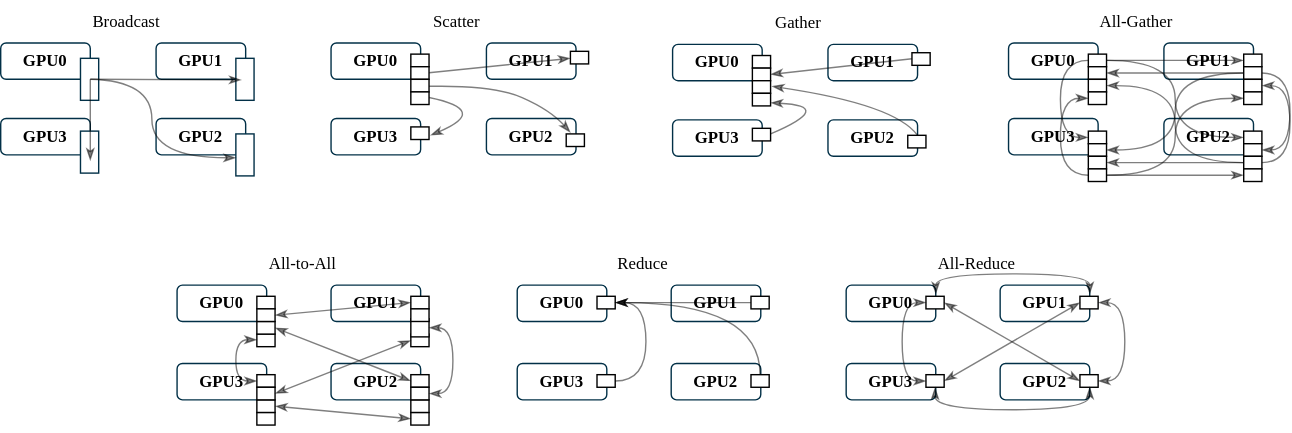
The draw.io diagram img/ch-mpi-large-model/gpu-communication.svg in godaai/scale-py-zh, before a commit. Source tidied: cells renumbered, new cells last; positions are measured from the earlier drawing's top-left corner, leaving out a move shared by most shapes.
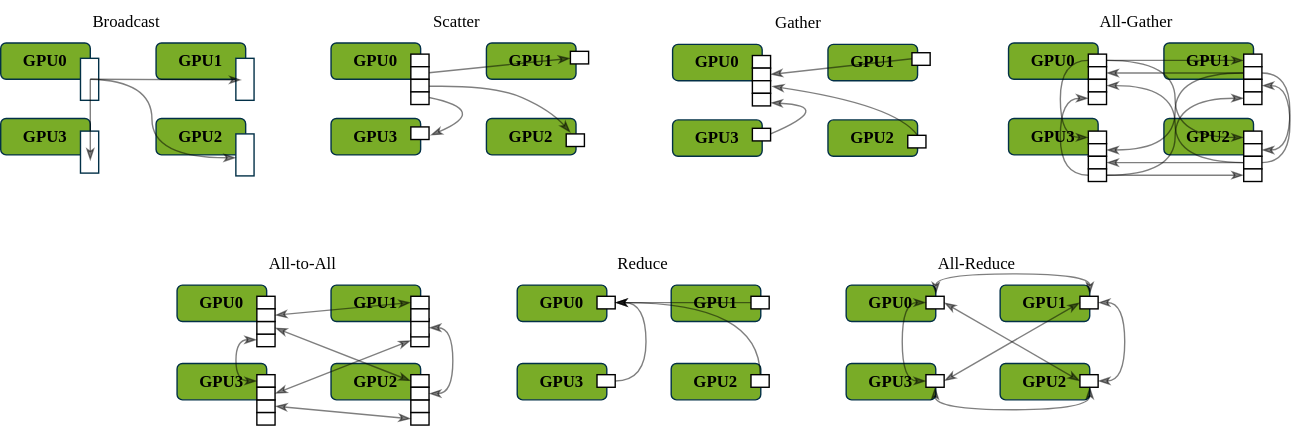
After the commit.

The edit, as a diff of the source:
```diff
@@ -2,16 +2,16 @@
   <root>
     <mxCell id="0" />
     <mxCell id="1" parent="0" />
-    <mxCell id="2" value="&lt;b&gt;&lt;font face=&quot;Verdana&quot;&gt;GPU0&lt;/font&gt;&lt;/b&gt;" style="rounded=1;whiteSpace=wrap;html=1;fillColor=#FFFFFF;strokeColor=#023047;fontColor=#000000;" parent="1" vertex="1">
+    <mxCell id="2" value="&lt;b&gt;&lt;font face=&quot;Verdana&quot;&gt;GPU0&lt;/font&gt;&lt;/b&gt;" style="rounded=1;whiteSpace=wrap;html=1;fillColor=#79AC27;strokeColor=#023047;fontColor=#000000;" parent="1" vertex="1">
       <mxGeometry y="30" width="64" height="26" as="geometry" />
     </mxCell>
-    <mxCell id="3" value="&lt;b&gt;&lt;font face=&quot;Verdana&quot;&gt;GPU1&lt;/font&gt;&lt;/b&gt;" style="rounded=1;whiteSpace=wrap;html=1;fillColor=#FFFFFF;strokeColor=#023047;fontColor=#000000;" parent="1" vertex="1">
+    <mxCell id="3" value="&lt;b&gt;&lt;font face=&quot;Verdana&quot;&gt;GPU1&lt;/font&gt;&lt;/b&gt;" style="rounded=1;whiteSpace=wrap;html=1;fillColor=#79AC27;strokeColor=#023047;fontColor=#000000;" parent="1" vertex="1">
       <mxGeometry x="111" y="30" width="64" height="26" as="geometry" />
     </mxCell>
-    <mxCell id="4" value="&lt;b&gt;&lt;font face=&quot;Verdana&quot;&gt;GPU2&lt;/font&gt;&lt;/b&gt;" style="rounded=1;whiteSpace=wrap;html=1;fillColor=#FFFFFF;strokeColor=#023047;fontColor=#000000;" parent="1" vertex="1">
+    <mxCell id="4" value="&lt;b&gt;&lt;font face=&quot;Verdana&quot;&gt;GPU2&lt;/font&gt;&lt;/b&gt;" style="rounded=1;whiteSpace=wrap;html=1;fillColor=#79AC27;strokeColor=#023047;fontColor=#000000;" parent="1" vertex="1">
       <mxGeometry x="111" y="84" width="64" height="26" as="geometry" />
     </mxCell>
-    <mxCell id="5" value="&lt;b&gt;&lt;font face=&quot;Verdana&quot;&gt;GPU3&lt;/font&gt;&lt;/b&gt;" style="rounded=1;whiteSpace=wrap;html=1;fillColor=#FFFFFF;strokeColor=#023047;fontColor=#000000;" parent="1" vertex="1">
+    <mxCell id="5" value="&lt;b&gt;&lt;font face=&quot;Verdana&quot;&gt;GPU3&lt;/font&gt;&lt;/b&gt;" style="rounded=1;whiteSpace=wrap;html=1;fillColor=#79AC27;strokeColor=#023047;fontColor=#000000;" parent="1" vertex="1">
       <mxGeometry y="84" width="64" height="26" as="geometry" />
     </mxCell>
     <mxCell id="6" style="rounded=0;whiteSpace=wrap;html=1;fillColor=#FFFFFF;strokeColor=#023047;fontColor=#000000;" parent="1" vertex="1">
@@ -52,16 +52,16 @@
     <mxCell id="13" value="&lt;font face=&quot;Verdana&quot;&gt;Broadcast&lt;/font&gt;" style="text;html=1;align=center;verticalAlign=middle;whiteSpace=wrap;rounded=0;fontColor=#000000;" parent="1" vertex="1">
       <mxGeometry x="60" width="60" height="30" as="geometry" />
     </mxCell>
-    <mxCell id="14" value="&lt;b&gt;&lt;font face=&quot;Verdana&quot;&gt;GPU0&lt;/font&gt;&lt;/b&gt;" style="rounded=1;whiteSpace=wrap;html=1;fillColor=#FFFFFF;strokeColor=#023047;fontColor=#000000;" parent="1" vertex="1">
+    <mxCell id="14" value="&lt;b&gt;&lt;font face=&quot;Verdana&quot;&gt;GPU0&lt;/font&gt;&lt;/b&gt;" style="rounded=1;whiteSpace=wrap;html=1;fillColor=#79AC27;strokeColor=#023047;fontColor=#000000;" parent="1" vertex="1">
       <mxGeometry x="236" y="30" width="64" height="26" as="geometry" />
     </mxCell>
-    <mxCell id="15" value="&lt;b&gt;&lt;font face=&quot;Verdana&quot;&gt;GPU1&lt;/font&gt;&lt;/b&gt;" style="rounded=1;whiteSpace=wrap;html=1;fillColor=#FFFFFF;strokeColor=#023047;fontColor=#000000;" parent="1" vertex="1">
+    <mxCell id="15" value="&lt;b&gt;&lt;font face=&quot;Verdana&quot;&gt;GPU1&lt;/font&gt;&lt;/b&gt;" style="rounded=1;whiteSpace=wrap;html=1;fillColor=#79AC27;strokeColor=#023047;fontColor=#000000;" parent="1" vertex="1">
       <mxGeometry x="347" y="30" width="64" height="26" as="geometry" />
     </mxCell>
-    <mxCell id="16" value="&lt;b&gt;&lt;font face=&quot;Verdana&quot;&gt;GPU2&lt;/font&gt;&lt;/b&gt;" style="rounded=1;whiteSpace=wrap;html=1;fillColor=#FFFFFF;strokeColor=#023047;fontColor=#000000;" parent="1" vertex="1">
+    <mxCell id="16" value="&lt;b&gt;&lt;font face=&quot;Verdana&quot;&gt;GPU2&lt;/font&gt;&lt;/b&gt;" style="rounded=1;whiteSpace=wrap;html=1;fillColor=#79AC27;strokeColor=#023047;fontColor=#000000;" parent="1" vertex="1">
       <mxGeometry x="347" y="84" width="64" height="26" as="geometry" />
     </mxCell>
-    <mxCell id="17" value="&lt;b&gt;&lt;font face=&quot;Verdana&quot;&gt;GPU3&lt;/font&gt;&lt;/b&gt;" style="rounded=1;whiteSpace=wrap;html=1;fillColor=#FFFFFF;strokeColor=#023047;fontColor=#000000;" parent="1" vertex="1">
+    <mxCell id="17" value="&lt;b&gt;&lt;font face=&quot;Verdana&quot;&gt;GPU3&lt;/font&gt;&lt;/b&gt;" style="rounded=1;whiteSpace=wrap;html=1;fillColor=#79AC27;strokeColor=#023047;fontColor=#000000;" parent="1" vertex="1">
       <mxGeometry x="236" y="84" width="64" height="26" as="geometry" />
     </mxCell>
     <mxCell id="18" style="endArrow=classicThin;html=1;rounded=0;strokeColor=#000000;strokeWidth=1;fontColor=#000000;opacity=50;endFill=1;" parent="1" edge="1">
@@ -114,16 +114,16 @@
     <mxCell id="28" style="rounded=0;whiteSpace=wrap;html=1;fillColor=#FFFFFF;strokeColor=#000000;fontColor=#000000;" parent="1" vertex="1">
       <mxGeometry x="293" y="90" width="13" height="9" as="geometry" />
     </mxCell>
-    <mxCell id="29" value="&lt;b&gt;&lt;font face=&quot;Verdana&quot;&gt;GPU0&lt;/font&gt;&lt;/b&gt;" style="rounded=1;whiteSpace=wrap;html=1;fillColor=#FFFFFF;strokeColor=#023047;fontColor=#000000;" parent="1" vertex="1">
+    <mxCell id="29" value="&lt;b&gt;&lt;font face=&quot;Verdana&quot;&gt;GPU0&lt;/font&gt;&lt;/b&gt;" style="rounded=1;whiteSpace=wrap;html=1;fillColor=#79AC27;strokeColor=#023047;fontColor=#000000;" parent="1" vertex="1">
       <mxGeometry x="480" y="31" width="64" height="26" as="geometry" />
     </mxCell>
-    <mxCell id="30" value="&lt;b&gt;&lt;font face=&quot;Verdana&quot;&gt;GPU1&lt;/font&gt;&lt;/b&gt;" style="rounded=1;whiteSpace=wrap;html=1;fillColor=#FFFFFF;strokeColor=#023047;fontColor=#000000;" parent="1" vertex="1">
+    <mxCell id="30" value="&lt;b&gt;&lt;font face=&quot;Verdana&quot;&gt;GPU1&lt;/font&gt;&lt;/b&gt;" style="rounded=1;whiteSpace=wrap;html=1;fillColor=#79AC27;strokeColor=#023047;fontColor=#000000;" parent="1" vertex="1">
       <mxGeometry x="591" y="31" width="64" height="26" as="geometry" />
     </mxCell>
-    <mxCell id="31" value="&lt;b&gt;&lt;font face=&quot;Verdana&quot;&gt;GPU2&lt;/font&gt;&lt;/b&gt;" style="rounded=1;whiteSpace=wrap;html=1;fillColor=#FFFFFF;strokeColor=#023047;fontColor=#000000;" parent="1" vertex="1">
+    <mxCell id="31" value="&lt;b&gt;&lt;font face=&quot;Verdana&quot;&gt;GPU2&lt;/font&gt;&lt;/b&gt;" style="rounded=1;whiteSpace=wrap;html=1;fillColor=#79AC27;strokeColor=#023047;fontColor=#000000;" parent="1" vertex="1">
       <mxGeometry x="591" y="85" width="64" height="26" as="geometry" />
     </mxCell>
-    <mxCell id="32" value="&lt;b&gt;&lt;font face=&quot;Verdana&quot;&gt;GPU3&lt;/font&gt;&lt;/b&gt;" style="rounded=1;whiteSpace=wrap;html=1;fillColor=#FFFFFF;strokeColor=#023047;fontColor=#000000;" parent="1" vertex="1">
+    <mxCell id="32" value="&lt;b&gt;&lt;font face=&quot;Verdana&quot;&gt;GPU3&lt;/font&gt;&lt;/b&gt;" style="rounded=1;whiteSpace=wrap;html=1;fillColor=#79AC27;strokeColor=#023047;fontColor=#000000;" parent="1" vertex="1">
       <mxGeometry x="480" y="85" width="64" height="26" as="geometry" />
     </mxCell>
     <mxCell id="33" style="endArrow=classicThin;html=1;rounded=0;strokeColor=#000000;strokeWidth=1;entryX=1;entryY=0.5;entryDx=0;entryDy=0;fontColor=#000000;opacity=50;endFill=1;" parent="1" edge="1" target="38">
@@ -173,16 +173,16 @@
     <mxCell id="43" style="rounded=0;whiteSpace=wrap;html=1;fillColor=#FFFFFF;strokeColor=#000000;fontColor=#000000;" parent="1" vertex="1">
       <mxGeometry x="537" y="91" width="13" height="9" as="geometry" />
     </mxCell>
-    <mxCell id="44" value="&lt;b&gt;&lt;font face=&quot;Verdana&quot;&gt;GPU0&lt;/font&gt;&lt;/b&gt;" style="rounded=1;whiteSpace=wrap;html=1;fillColor=#FFFFFF;strokeColor=#023047;fontColor=#000000;" parent="1" vertex="1">
+    <mxCell id="44" value="&lt;b&gt;&lt;font face=&quot;Verdana&quot;&gt;GPU0&lt;/font&gt;&lt;/b&gt;" style="rounded=1;whiteSpace=wrap;html=1;fillColor=#79AC27;strokeColor=#023047;fontColor=#000000;" parent="1" vertex="1">
       <mxGeometry x="720" y="30" width="64" height="26" as="geometry" />
     </mxCell>
-    <mxCell id="45" value="&lt;b&gt;&lt;font face=&quot;Verdana&quot;&gt;GPU1&lt;/font&gt;&lt;/b&gt;" style="rounded=1;whiteSpace=wrap;html=1;fillColor=#FFFFFF;strokeColor=#023047;fontColor=#000000;" parent="1" vertex="1">
+    <mxCell id="45" value="&lt;b&gt;&lt;font face=&quot;Verdana&quot;&gt;GPU1&lt;/font&gt;&lt;/b&gt;" style="rounded=1;whiteSpace=wrap;html=1;fillColor=#79AC27;strokeColor=#023047;fontColor=#000000;" parent="1" vertex="1">
       <mxGeometry x="831" y="30" width="64" height="26" as="geometry" />
     </mxCell>
-    <mxCell id="46" value="&lt;b&gt;&lt;font face=&quot;Verdana&quot;&gt;GPU2&lt;/font&gt;&lt;/b&gt;" style="rounded=1;whiteSpace=wrap;html=1;fillColor=#FFFFFF;strokeColor=#023047;fontColor=#000000;" parent="1" vertex="1">
+    <mxCell id="46" value="&lt;b&gt;&lt;font face=&quot;Verdana&quot;&gt;GPU2&lt;/font&gt;&lt;/b&gt;" style="rounded=1;whiteSpace=wrap;html=1;fillColor=#79AC27;strokeColor=#023047;fontColor=#000000;" parent="1" vertex="1">
       <mxGeometry x="831" y="84" width="64" height="26" as="geometry" />
     </mxCell>
-    <mxCell id="47" value="&lt;b&gt;&lt;font face=&quot;Verdana&quot;&gt;GPU3&lt;/font&gt;&lt;/b&gt;" style="rounded=1;whiteSpace=wrap;html=1;fillColor=#FFFFFF;strokeColor=#023047;fontColor=#000000;" parent="1" vertex="1">
+    <mxCell id="47" value="&lt;b&gt;&lt;font face=&quot;Verdana&quot;&gt;GPU3&lt;/font&gt;&lt;/b&gt;" style="rounded=1;whiteSpace=wrap;html=1;fillColor=#79AC27;strokeColor=#023047;fontColor=#000000;" parent="1" vertex="1">
       <mxGeometry x="720" y="84" width="64" height="26" as="geometry" />
     </mxCell>
     <mxCell id="48" style="endArrow=classicThin;html=1;rounded=0;strokeColor=#000000;strokeWidth=1;entryX=1;entryY=0.5;entryDx=0;entryDy=0;exitX=0;exitY=0.5;exitDx=0;exitDy=0;edgeStyle=orthogonalEdgeStyle;curved=1;fontColor=#000000;opacity=50;endFill=1;" parent="1" edge="1" source="57" target="121">
@@ -224,7 +224,7 @@
     <mxCell id="60" style="endArrow=classicThin;html=1;rounded=0;strokeColor=#000000;strokeWidth=1;entryX=0;entryY=0.5;entryDx=0;entryDy=0;exitX=1;exitY=0.5;exitDx=0;exitDy=0;edgeStyle=orthogonalEdgeStyle;curved=1;fontColor=#000000;opacity=50;endFill=1;" parent="1" edge="1" source="51" target="115">
       <mxGeometry relative="1" as="geometry" />
     </mxCell>
-    <mxCell id="61" value="&lt;b&gt;&lt;font face=&quot;Verdana&quot;&gt;GPU0&lt;/font&gt;&lt;/b&gt;" style="rounded=1;whiteSpace=wrap;html=1;fillColor=#FFFFFF;strokeColor=#023047;fontColor=#000000;" parent="1" vertex="1">
+    <mxCell id="61" value="&lt;b&gt;&lt;font face=&quot;Verdana&quot;&gt;GPU0&lt;/font&gt;&lt;/b&gt;" style="rounded=1;whiteSpace=wrap;html=1;fillColor=#79AC27;strokeColor=#023047;fontColor=#000000;" parent="1" vertex="1">
       <mxGeometry x="126" y="203" width="64" height="26" as="geometry" />
     </mxCell>
     <mxCell id="62" value="&lt;font face=&quot;Verdana&quot;&gt;All-to-All&lt;/font&gt;" style="text;html=1;align=center;verticalAlign=middle;whiteSpace=wrap;rounded=0;fontColor=#000000;" parent="1" vertex="1">
@@ -242,7 +242,7 @@
     <mxCell id="66" style="rounded=0;whiteSpace=wrap;html=1;fillColor=#FFFFFF;strokeColor=#000000;fontColor=#000000;" parent="1" vertex="1">
       <mxGeometry x="183" y="220" width="13" height="9" as="geometry" />
     </mxCell>
-    <mxCell id="67" value="&lt;b&gt;&lt;font face=&quot;Verdana&quot;&gt;GPU1&lt;/font&gt;&lt;/b&gt;" style="rounded=1;whiteSpace=wrap;html=1;fillColor=#FFFFFF;strokeColor=#023047;fontColor=#000000;" parent="1" vertex="1">
+    <mxCell id="67" value="&lt;b&gt;&lt;font face=&quot;Verdana&quot;&gt;GPU1&lt;/font&gt;&lt;/b&gt;" style="rounded=1;whiteSpace=wrap;html=1;fillColor=#79AC27;strokeColor=#023047;fontColor=#000000;" parent="1" vertex="1">
       <mxGeometry x="236" y="203" width="64" height="26" as="geometry" />
     </mxCell>
     <mxCell id="68" style="rounded=0;whiteSpace=wrap;html=1;fillColor=#FFFFFF;strokeColor=#000000;fontColor=#000000;" parent="1" vertex="1">
@@ -257,7 +257,7 @@
     <mxCell id="71" style="rounded=0;whiteSpace=wrap;html=1;fillColor=#FFFFFF;strokeColor=#000000;fontColor=#000000;" parent="1" vertex="1">
       <mxGeometry x="293" y="220" width="13" height="9" as="geometry" />
     </mxCell>
-    <mxCell id="72" value="&lt;b&gt;&lt;font face=&quot;Verdana&quot;&gt;GPU3&lt;/font&gt;&lt;/b&gt;" style="rounded=1;whiteSpace=wrap;html=1;fillColor=#FFFFFF;strokeColor=#023047;fontColor=#000000;" parent="1" vertex="1">
+    <mxCell id="72" value="&lt;b&gt;&lt;font face=&quot;Verdana&quot;&gt;GPU3&lt;/font&gt;&lt;/b&gt;" style="rounded=1;whiteSpace=wrap;html=1;fillColor=#79AC27;strokeColor=#023047;fontColor=#000000;" parent="1" vertex="1">
       <mxGeometry x="126" y="259" width="64" height="26" as="geometry" />
     </mxCell>
     <mxCell id="73" style="rounded=0;whiteSpace=wrap;html=1;fillColor=#FFFFFF;strokeColor=#000000;fontColor=#000000;" parent="1" vertex="1">
@@ -272,7 +272,7 @@
     <mxCell id="76" style="rounded=0;whiteSpace=wrap;html=1;fillColor=#FFFFFF;strokeColor=#000000;fontColor=#000000;" parent="1" vertex="1">
       <mxGeometry x="183" y="276" width="13" height="9" as="geometry" />
     </mxCell>
-    <mxCell id="77" value="&lt;b&gt;&lt;font face=&quot;Verdana&quot;&gt;GPU2&lt;/font&gt;&lt;/b&gt;" style="rounded=1;whiteSpace=wrap;html=1;fillColor=#FFFFFF;strokeColor=#023047;fontColor=#000000;" parent="1" vertex="1">
+    <mxCell id="77" value="&lt;b&gt;&lt;font face=&quot;Verdana&quot;&gt;GPU2&lt;/font&gt;&lt;/b&gt;" style="rounded=1;whiteSpace=wrap;html=1;fillColor=#79AC27;strokeColor=#023047;fontColor=#000000;" parent="1" vertex="1">
       <mxGeometry x="236" y="259" width="64" height="26" as="geometry" />
     </mxCell>
     <mxCell id="78" style="rounded=0;whiteSpace=wrap;html=1;fillColor=#FFFFFF;strokeColor=#000000;fontColor=#000000;" parent="1" vertex="1">
@@ -316,7 +316,7 @@
         </Array>
       </mxGeometry>
     </mxCell>
-    <mxCell id="88" value="&lt;b&gt;&lt;font face=&quot;Verdana&quot;&gt;GPU0&lt;/font&gt;&lt;/b&gt;" style="rounded=1;whiteSpace=wrap;html=1;fillColor=#FFFFFF;strokeColor=#023047;fontColor=#000000;" parent="1" vertex="1">
+    <mxCell id="88" value="&lt;b&gt;&lt;font face=&quot;Verdana&quot;&gt;GPU0&lt;/font&gt;&lt;/b&gt;" style="rounded=1;whiteSpace=wrap;html=1;fillColor=#79AC27;strokeColor=#023047;fontColor=#000000;" parent="1" vertex="1">
       <mxGeometry x="369" y="203" width="64" height="26" as="geometry" />
     </mxCell>
     <mxCell id="89" value="&lt;font face=&quot;Verdana&quot;&gt;Reduce&lt;/font&gt;" style="text;html=1;align=center;verticalAlign=middle;whiteSpace=wrap;rounded=0;fontColor=#000000;" parent="1" vertex="1">
@@ -325,19 +325,19 @@
     <mxCell id="90" style="rounded=0;whiteSpace=wrap;html=1;fillColor=#FFFFFF;strokeColor=#000000;fontColor=#000000;" parent="1" vertex="1">
       <mxGeometry x="426" y="211" width="13" height="9" as="geometry" />
     </mxCell>
-    <mxCell id="91" value="&lt;b&gt;&lt;font face=&quot;Verdana&quot;&gt;GPU1&lt;/font&gt;&lt;/b&gt;" style="rounded=1;whiteSpace=wrap;html=1;fillColor=#FFFFFF;strokeColor=#023047;fontColor=#000000;" parent="1" vertex="1">
+    <mxCell id="91" value="&lt;b&gt;&lt;font face=&quot;Verdana&quot;&gt;GPU1&lt;/font&gt;&lt;/b&gt;" style="rounded=1;whiteSpace=wrap;html=1;fillColor=#79AC27;strokeColor=#023047;fontColor=#000000;" parent="1" vertex="1">
       <mxGeometry x="479" y="203" width="64" height="26" as="geometry" />
     </mxCell>
     <mxCell id="92" style="rounded=0;whiteSpace=wrap;html=1;fillColor=#FFFFFF;strokeColor=#000000;fontColor=#000000;" parent="1" vertex="1">
       <mxGeometry x="536" y="211" width="13" height="9" as="geometry" />
     </mxCell>
-    <mxCell id="93" value="&lt;b&gt;&lt;font face=&quot;Verdana&quot;&gt;GPU3&lt;/font&gt;&lt;/b&gt;" style="rounded=1;whiteSpace=wrap;html=1;fillColor=#FFFFFF;strokeColor=#023047;fontColor=#000000;" parent="1" vertex="1">
+    <mxCell id="93" value="&lt;b&gt;&lt;font face=&quot;Verdana&quot;&gt;GPU3&lt;/font&gt;&lt;/b&gt;" style="rounded=1;whiteSpace=wrap;html=1;fillColor=#79AC27;strokeColor=#023047;fontColor=#000000;" parent="1" vertex="1">
       <mxGeometry x="369" y="259" width="64" height="26" as="geometry" />
     </mxCell>
     <mxCell id="94" style="rounded=0;whiteSpace=wrap;html=1;fillColor=#FFFFFF;strokeColor=#000000;fontColor=#000000;" parent="1" vertex="1">
       <mxGeometry x="426" y="267" width="13" height="9" as="geometry" />
     </mxCell>
-    <mxCell id="95" value="&lt;b&gt;&lt;font face=&quot;Verdana&quot;&gt;GPU2&lt;/font&gt;&lt;/b&gt;" style="rounded=1;whiteSpace=wrap;html=1;fillColor=#FFFFFF;strokeColor=#023047;fontColor=#000000;" parent="1" vertex="1">
+    <mxCell id="95" value="&lt;b&gt;&lt;font face=&quot;Verdana&quot;&gt;GPU2&lt;/font&gt;&lt;/b&gt;" style="rounded=1;whiteSpace=wrap;html=1;fillColor=#79AC27;strokeColor=#023047;fontColor=#000000;" parent="1" vertex="1">
       <mxGeometry x="479" y="259" width="64" height="26" as="geometry" />
     </mxCell>
     <mxCell id="96" style="rounded=0;whiteSpace=wrap;html=1;fillColor=#FFFFFF;strokeColor=#000000;fontColor=#000000;" parent="1" vertex="1">
@@ -354,7 +354,7 @@
     <mxCell id="98" style="endArrow=none;startArrow=classicThin;html=1;rounded=0;exitX=1;exitY=0.5;exitDx=0;exitDy=0;entryX=0;entryY=0.5;entryDx=0;entryDy=0;strokeColor=#000000;endFill=0;fontColor=#000000;opacity=50;startFill=1;" parent="1" edge="1" source="90" target="92">
       <mxGeometry relative="1" as="geometry" />
     </mxCell>
-    <mxCell id="99" value="&lt;b&gt;&lt;font face=&quot;Verdana&quot;&gt;GPU0&lt;/font&gt;&lt;/b&gt;" style="rounded=1;whiteSpace=wrap;html=1;fillColor=#FFFFFF;strokeColor=#023047;fontColor=#000000;" parent="1" vertex="1">
+    <mxCell id="99" value="&lt;b&gt;&lt;font face=&quot;Verdana&quot;&gt;GPU0&lt;/font&gt;&lt;/b&gt;" style="rounded=1;whiteSpace=wrap;html=1;fillColor=#79AC27;strokeColor=#023047;fontColor=#000000;" parent="1" vertex="1">
       <mxGeometry x="604" y="203" width="64" height="26" as="geometry" />
     </mxCell>
     <mxCell id="100" value="&lt;font face=&quot;Verdana&quot;&gt;All-Reduce&lt;/font&gt;" style="text;html=1;align=center;verticalAlign=middle;whiteSpace=wrap;rounded=0;fontColor=#000000;" parent="1" vertex="1">
@@ -363,19 +363,19 @@
     <mxCell id="101" style="rounded=0;whiteSpace=wrap;html=1;fillColor=#FFFFFF;strokeColor=#000000;fontColor=#000000;" parent="1" vertex="1">
       <mxGeometry x="661" y="211" width="13" height="9" as="geometry" />
     </mxCell>
-    <mxCell id="102" value="&lt;b&gt;&lt;font face=&quot;Verdana&quot;&gt;GPU1&lt;/font&gt;&lt;/b&gt;" style="rounded=1;whiteSpace=wrap;html=1;fillColor=#FFFFFF;strokeColor=#023047;fontColor=#000000;" parent="1" vertex="1">
+    <mxCell id="102" value="&lt;b&gt;&lt;font face=&quot;Verdana&quot;&gt;GPU1&lt;/font&gt;&lt;/b&gt;" style="rounded=1;whiteSpace=wrap;html=1;fillColor=#79AC27;strokeColor=#023047;fontColor=#000000;" parent="1" vertex="1">
       <mxGeometry x="714" y="203" width="64" height="26" as="geometry" />
     </mxCell>
     <mxCell id="103" style="rounded=0;whiteSpace=wrap;html=1;fillColor=#FFFFFF;strokeColor=#000000;fontColor=#000000;" parent="1" vertex="1">
       <mxGeometry x="771" y="211" width="13" height="9" as="geometry" />
     </mxCell>
-    <mxCell id="104" value="&lt;b&gt;&lt;font face=&quot;Verdana&quot;&gt;GPU3&lt;/font&gt;&lt;/b&gt;" style="rounded=1;whiteSpace=wrap;html=1;fillColor=#FFFFFF;strokeColor=#023047;fontColor=#000000;" parent="1" vertex="1">
+    <mxCell id="104" value="&lt;b&gt;&lt;font face=&quot;Verdana&quot;&gt;GPU3&lt;/font&gt;&lt;/b&gt;" style="rounded=1;whiteSpace=wrap;html=1;fillColor=#79AC27;strokeColor=#023047;fontColor=#000000;" parent="1" vertex="1">
       <mxGeometry x="604" y="259" width="64" height="26" as="geometry" />
     </mxCell>
     <mxCell id="105" style="rounded=0;whiteSpace=wrap;html=1;fillColor=#FFFFFF;strokeColor=#000000;fontColor=#000000;" parent="1" vertex="1">
       <mxGeometry x="661" y="267" width="13" height="9" as="geometry" />
     </mxCell>
-    <mxCell id="106" value="&lt;b&gt;&lt;font face=&quot;Verdana&quot;&gt;GPU2&lt;/font&gt;&lt;/b&gt;" style="rounded=1;whiteSpace=wrap;html=1;fillColor=#FFFFFF;strokeColor=#023047;fontColor=#000000;" parent="1" vertex="1">
+    <mxCell id="106" value="&lt;b&gt;&lt;font face=&quot;Verdana&quot;&gt;GPU2&lt;/font&gt;&lt;/b&gt;" style="rounded=1;whiteSpace=wrap;html=1;fillColor=#79AC27;strokeColor=#023047;fontColor=#000000;" parent="1" vertex="1">
       <mxGeometry x="714" y="259" width="64" height="26" as="geometry" />
     </mxCell>
     <mxCell id="107" style="rounded=0;whiteSpace=wrap;html=1;fillColor=#FFFFFF;strokeColor=#000000;fontColor=#000000;" parent="1" vertex="1">
```
